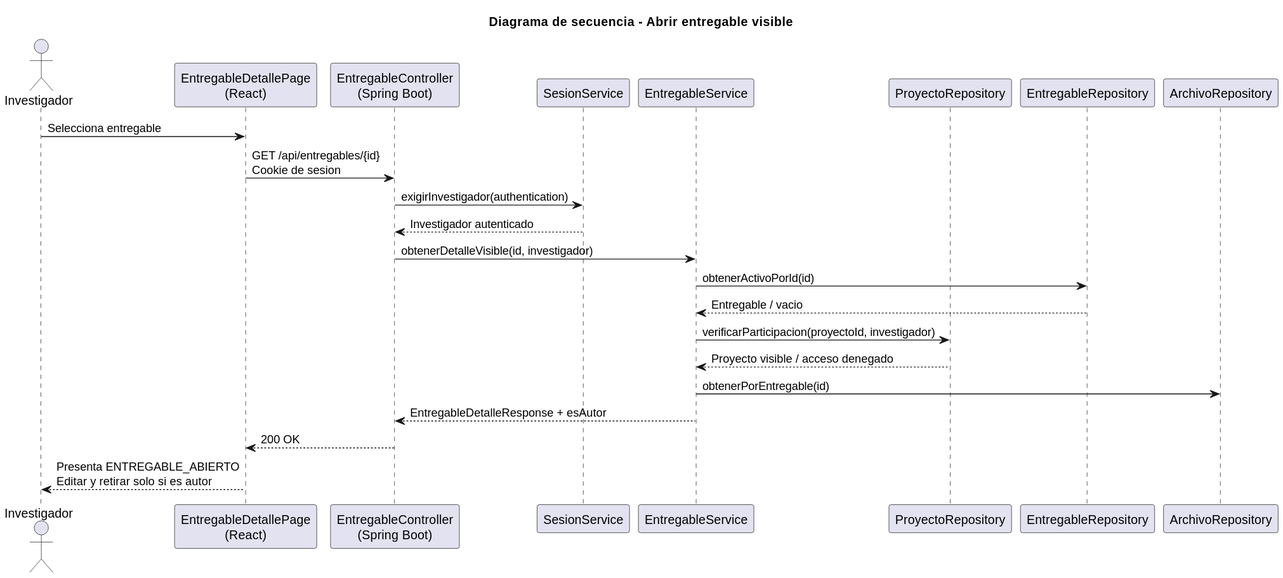
Before: images/RUP/02-diseño/casos-uso/investigador/abrirEntregable/secuencia.svg, a diagram exported from PlantUML (beatriizorozco/25-26-idsw2-sdVC). Source of this version:
```plantuml
@startuml
title Diagrama de secuencia - Abrir entregable visible
actor Investigador
participant "EntregableDetallePage\n(React)" as Frontend
participant "EntregableController\n(Spring Boot)" as Api
participant "SesionService" as Sesion
participant "EntregableService" as Service
participant "ProyectoRepository" as ProyectoRepo
participant "EntregableRepository" as Repo
participant "ArchivoRepository" as ArchivoRepo

Investigador -> Frontend: Selecciona entregable
Frontend -> Api: GET /api/entregables/{id}\nCookie de sesion
Api -> Sesion: exigirInvestigador(authentication)
Sesion --> Api: Investigador autenticado
Api -> Service: obtenerDetalleVisible(id, investigador)
Service -> Repo: obtenerActivoPorId(id)
Repo --> Service: Entregable / vacio
Service -> ProyectoRepo: verificarParticipacion(proyectoId, investigador)
ProyectoRepo --> Service: Proyecto visible / acceso denegado
Service -> ArchivoRepo: obtenerPorEntregable(id)
Service --> Api: EntregableDetalleResponse + esAutor
Api --> Frontend: 200 OK
Frontend --> Investigador: Presenta ENTREGABLE_ABIERTO\nEditar y retirar solo si es autor
@enduml
```
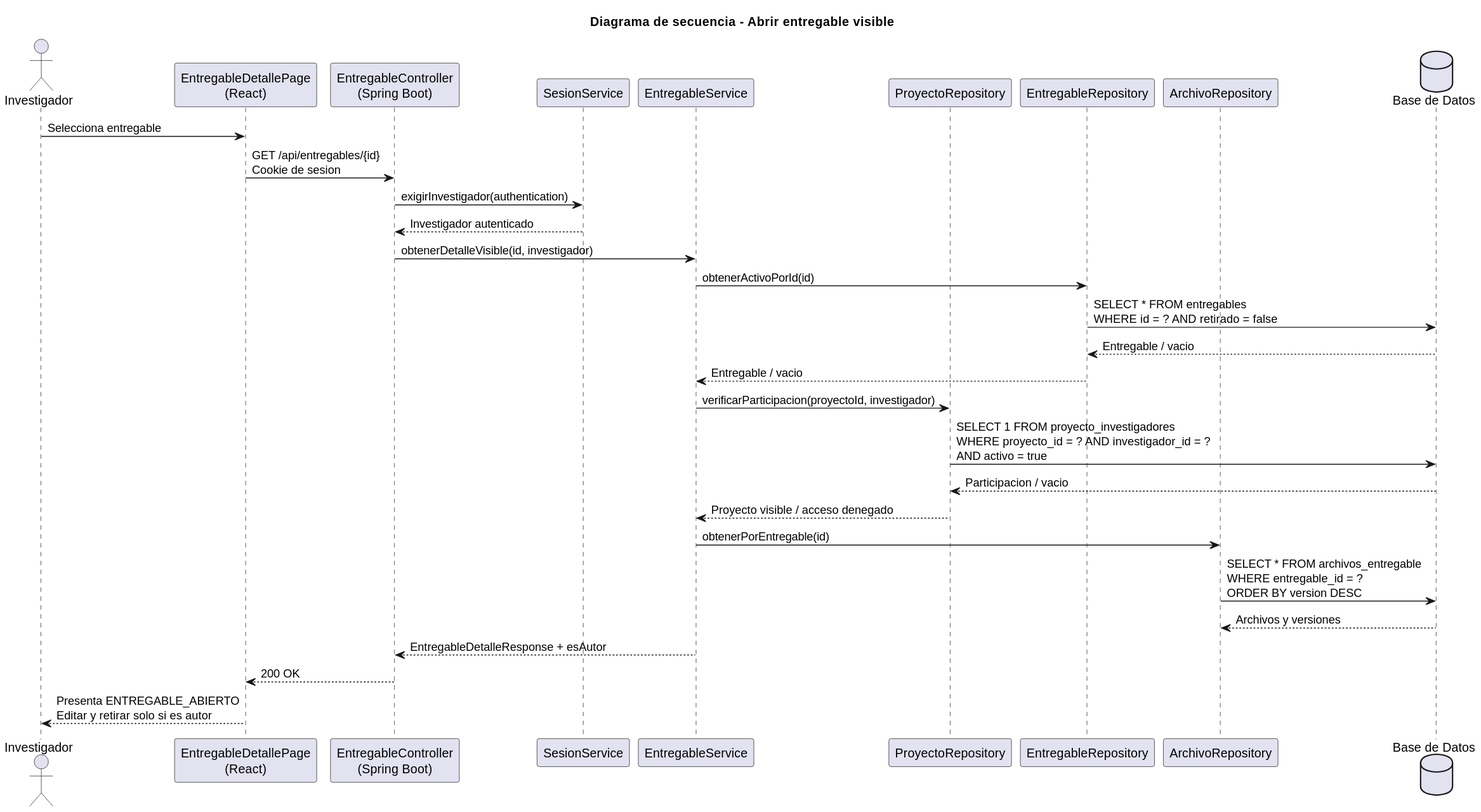
After the commit.

The edit, as a diff of the source:
```diff
@@ -8,6 +8,7 @@
 participant "ProyectoRepository" as ProyectoRepo
 participant "EntregableRepository" as Repo
 participant "ArchivoRepository" as ArchivoRepo
+database "Base de Datos" as DB
 
 Investigador -> Frontend: Selecciona entregable
 Frontend -> Api: GET /api/entregables/{id}\nCookie de sesion
@@ -15,10 +16,16 @@
 Sesion --> Api: Investigador autenticado
 Api -> Service: obtenerDetalleVisible(id, investigador)
 Service -> Repo: obtenerActivoPorId(id)
+Repo -> DB: SELECT * FROM entregables\nWHERE id = ? AND retirado = false
+DB --> Repo: Entregable / vacio
 Repo --> Service: Entregable / vacio
 Service -> ProyectoRepo: verificarParticipacion(proyectoId, investigador)
+ProyectoRepo -> DB: SELECT 1 FROM proyecto_investigadores\nWHERE proyecto_id = ? AND investigador_id = ?\nAND activo = true
+DB --> ProyectoRepo: Participacion / vacio
 ProyectoRepo --> Service: Proyecto visible / acceso denegado
 Service -> ArchivoRepo: obtenerPorEntregable(id)
+ArchivoRepo -> DB: SELECT * FROM archivos_entregable\nWHERE entregable_id = ?\nORDER BY version DESC
+DB --> ArchivoRepo: Archivos y versiones
 Service --> Api: EntregableDetalleResponse + esAutor
 Api --> Frontend: 200 OK
 Frontend --> Investigador: Presenta ENTREGABLE_ABIERTO\nEditar y retirar solo si es autor
```
